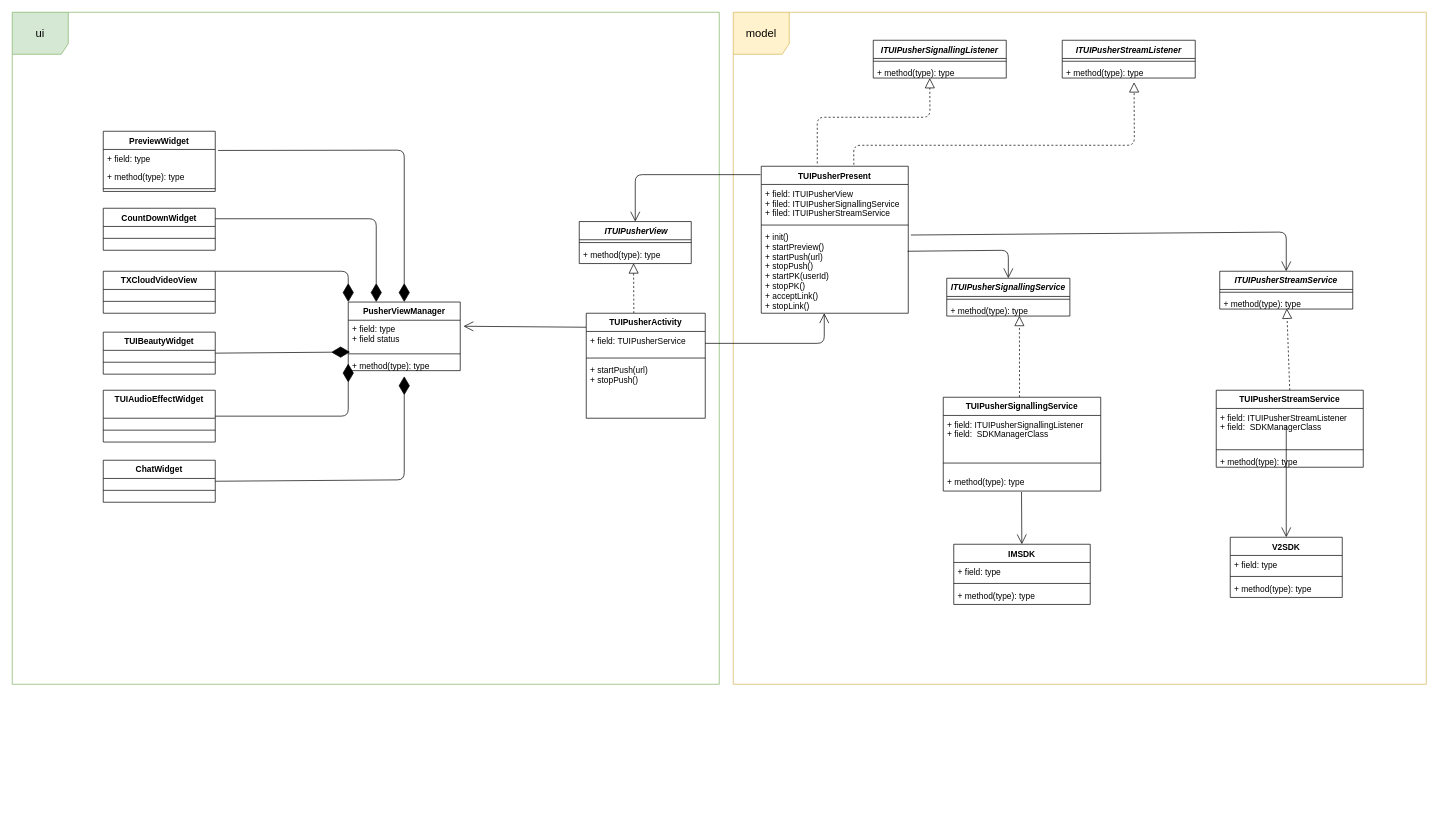
Above: diagrams/TUIPusher.drawio in paopaosecret/resources (draw.io), before the change. Source tidied: cells renumbered, new cells numbered last; positions are measured from the earlier drawing's top-left corner, leaving out a move shared by most shapes. Both pictures are drawn from the tidied source at 70%, with x=0, y=0 at pixel (12, 12).
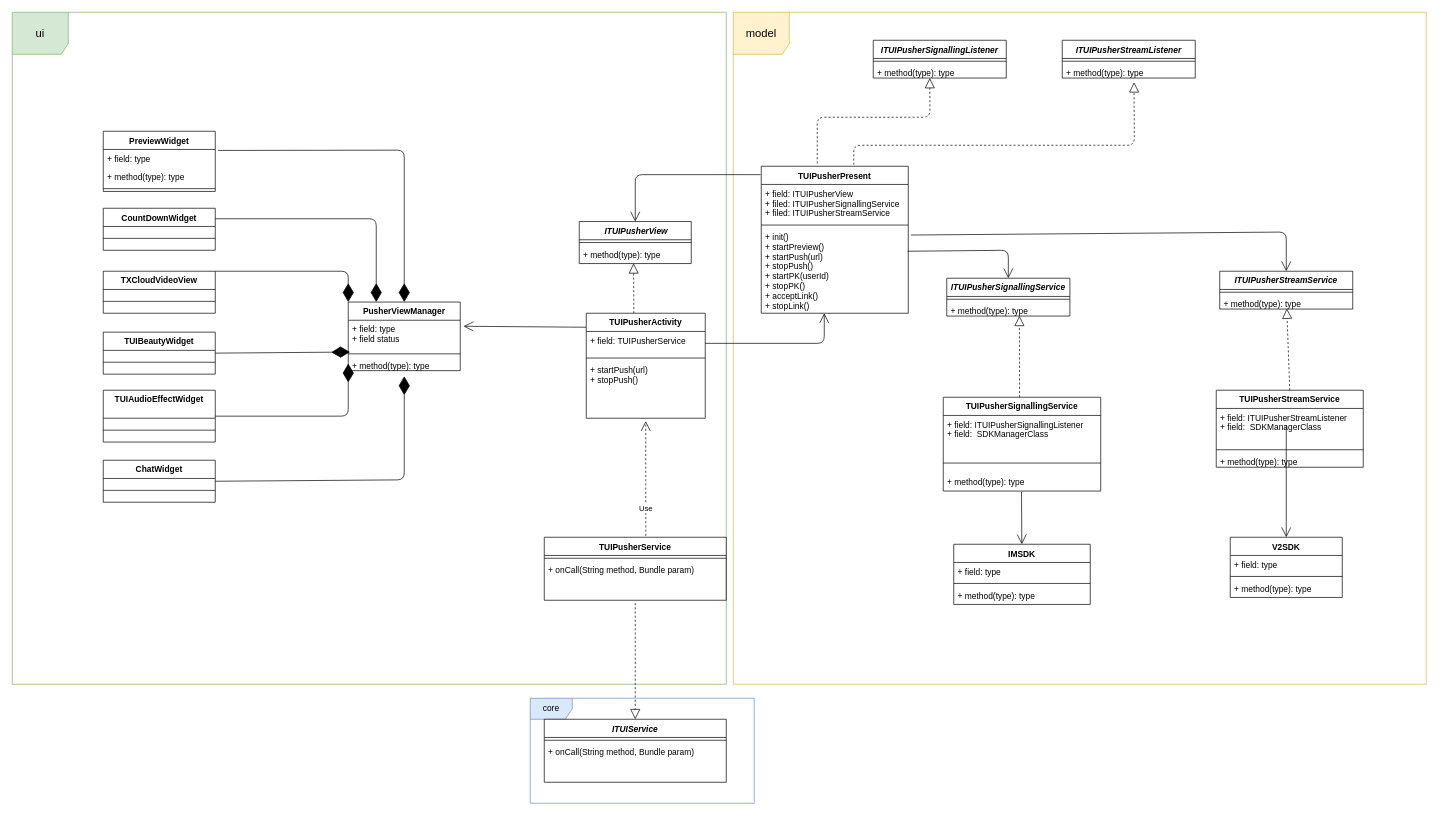
The same diagram, later.

Unchanged cells that the change refers to:
```xml
<mxCell id="77" value="+ startPush(url)&#10;+ stopPush()" style="text;strokeColor=none;fillColor=none;align=left;verticalAlign=top;spacingLeft=4;spacingRight=4;overflow=hidden;points=[[0,0.5],[1,0.5]];portConstraint=eastwest;" parent="74" vertex="1">
  <mxGeometry y="68" width="170" height="82" as="geometry" />
</mxCell>
```

Diff of the diagram source:
```diff
@@
+    <mxCell id="79" value="core" style="shape=umlFrame;whiteSpace=wrap;html=1;fillColor=#dae8fc;strokeColor=#6c8ebf;" parent="1" vertex="1">
+      <mxGeometry x="740" y="980" width="320" height="150" as="geometry" />
+    </mxCell>
     <mxCell id="2" value="&lt;font style=&quot;font-size: 16px&quot;&gt;ui&lt;/font&gt;" style="shape=umlFrame;whiteSpace=wrap;html=1;strokeColor=#82b366;fillColor=#d5e8d4;width=80;height=60;" parent="1" vertex="1">
-      <mxGeometry width="1010" height="960" as="geometry" />
+      <mxGeometry width="1020" height="960" as="geometry" />
     </mxCell>
@@
+    <mxCell id="80" value="TUIPusherService" style="swimlane;fontStyle=1;align=center;verticalAlign=top;horizontal=1;startSize=26;" parent="1" vertex="1">
+      <mxGeometry x="760" y="750" width="260" height="90" as="geometry" />
+    </mxCell>
+    <mxCell id="81" style="line;strokeWidth=1;fillColor=none;align=left;verticalAlign=middle;spacingTop=-1;spacingLeft=3;spacingRight=3;labelPosition=right;" parent="80" vertex="1">
+      <mxGeometry y="26" width="260" height="8" as="geometry" />
+    </mxCell>
+    <mxCell id="82" value="+ onCall(String method, Bundle param)" style="text;strokeColor=none;fillColor=none;align=left;verticalAlign=top;spacingLeft=4;spacingRight=4;overflow=hidden;" parent="80" vertex="1">
+      <mxGeometry y="34" width="260" height="56" as="geometry" />
+    </mxCell>
+    <mxCell id="83" value="Use" style="endArrow=open;endSize=12;dashed=1;html=1;entryX=0.5;entryY=1.049;entryDx=0;entryDy=0;entryPerimeter=0;exitX=0.558;exitY=-0.022;exitDx=0;exitDy=0;exitPerimeter=0;" parent="1" edge="1" source="80" target="77">
+      <mxGeometry x="-0.53" relative="1" as="geometry">
+        <Array as="points">
+          <mxPoint x="905" y="670" />
+        </Array>
+      </mxGeometry>
+    </mxCell>
+    <mxCell id="84" value="ITUIService" style="swimlane;fontStyle=3;align=center;verticalAlign=top;horizontal=1;startSize=26;" parent="1" vertex="1">
+      <mxGeometry x="760" y="1010" width="260" height="90" as="geometry" />
+    </mxCell>
+    <mxCell id="85" style="line;strokeWidth=1;fillColor=none;align=left;verticalAlign=middle;spacingTop=-1;spacingLeft=3;spacingRight=3;labelPosition=right;" parent="84" vertex="1">
+      <mxGeometry y="26" width="260" height="8" as="geometry" />
+    </mxCell>
+    <mxCell id="86" value="+ onCall(String method, Bundle param)" style="text;strokeColor=none;fillColor=none;align=left;verticalAlign=top;spacingLeft=4;spacingRight=4;overflow=hidden;" parent="84" vertex="1">
+      <mxGeometry y="34" width="260" height="56" as="geometry" />
+    </mxCell>
+    <mxCell id="87" style="endArrow=block;dashed=1;endFill=0;endSize=12;html=1;entryX=0.5;entryY=0;entryDx=0;entryDy=0;" parent="1" edge="1" target="84">
+      <mxGeometry relative="1" as="geometry">
+        <mxPoint x="890" y="844" as="sourcePoint" />
+      </mxGeometry>
+    </mxCell>
```
